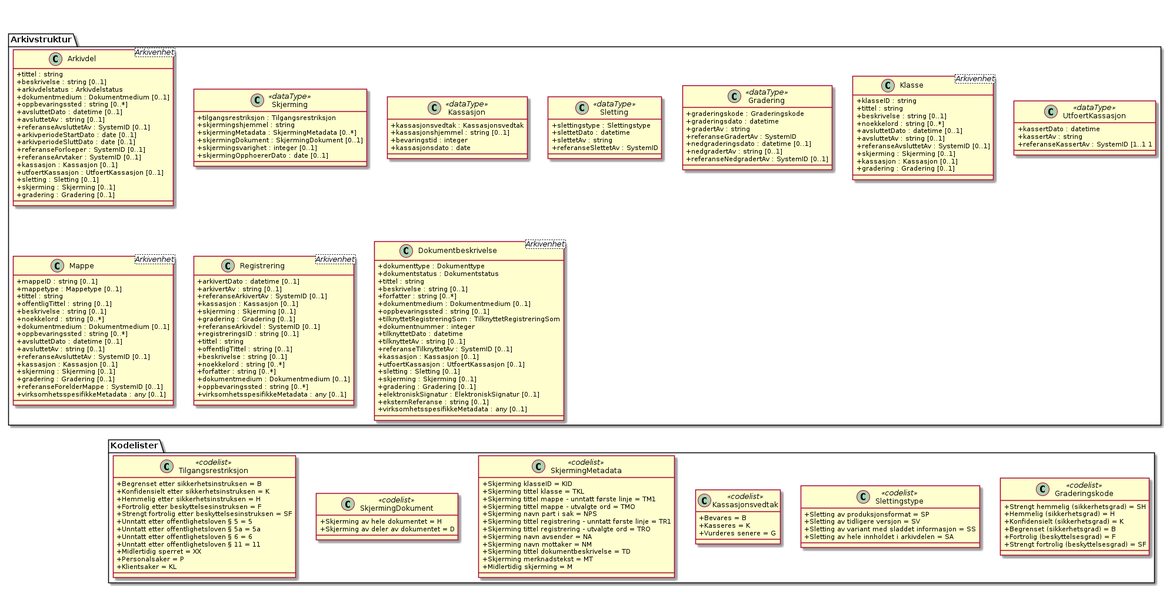
This is kapitler/media/uml-arkivenheter-som-har-noe-med-bevaring-og-kassasjon-aa-gjoere.png from arkivverket/noark5-tjenestegrensesnitt-standard, a PlantUML export, as it was before one commit.
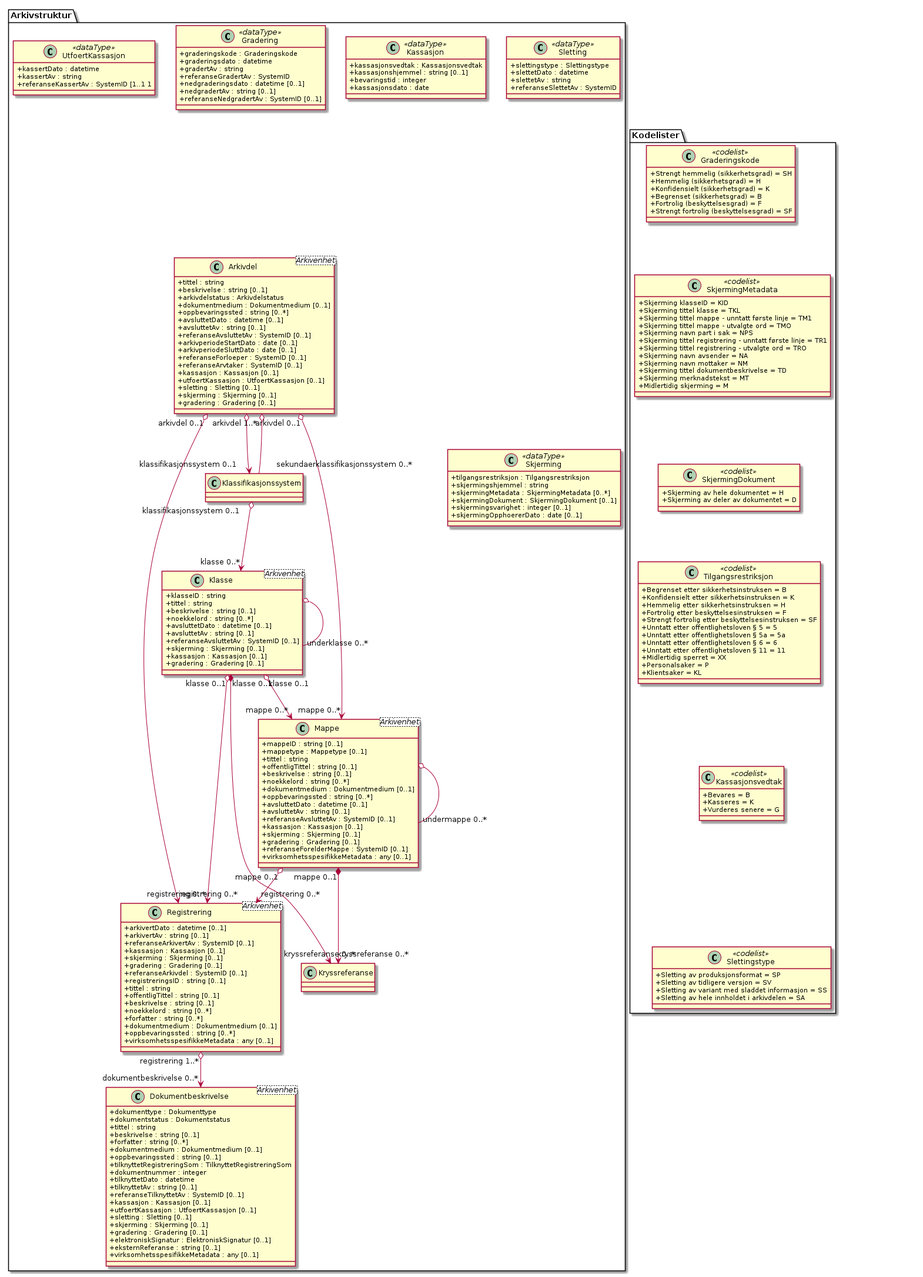
After the commit.

The edit, as a diff of the source:
```diff
@@ -20,37 +20,27 @@
   +skjerming : Skjerming [0..1]
   +gradering : Gradering [0..1]
 }
-class Arkivstruktur.Skjerming <<dataType>> {
-  +tilgangsrestriksjon : Tilgangsrestriksjon
-  +skjermingshjemmel : string
-  +skjermingMetadata : SkjermingMetadata [0..*]
-  +skjermingDokument : SkjermingDokument [0..1]
-  +skjermingsvarighet : integer [0..1]
-  +skjermingOpphoererDato : date [0..1]
-}
-class Kodelister.Tilgangsrestriksjon <<codelist>> {
-  +Begrenset etter sikkerhetsinstruksen = B
-  +Konfidensielt etter sikkerhetsinstruksen = K
-  +Hemmelig etter sikkerhetsinstruksen = H
-  +Fortrolig etter beskyttelsesinstruksen = F
-  +Strengt fortrolig etter beskyttelsesinstruksen = SF
-  +Unntatt etter offentlighetsloven § 5 = 5
-  +Unntatt etter offentlighetsloven § 5a = 5a
-  +Unntatt etter offentlighetsloven § 6 = 6
-  +Unntatt etter offentlighetsloven § 11 = 11
-  +Midlertidig sperret = XX
-  +Personalsaker = P
-  +Klientsaker = KL
-}
-class Arkivstruktur.Kassasjon <<dataType>> {
-  +kassasjonsvedtak : Kassasjonsvedtak
-  +kassasjonshjemmel : string [0..1]
-  +bevaringstid : integer
-  +kassasjonsdato : date
-}
-class Kodelister.SkjermingDokument <<codelist>> {
-  +Skjerming av hele dokumentet = H
-  +Skjerming av deler av dokumentet = D
+class Arkivstruktur.Dokumentbeskrivelse <Arkivenhet> {
+  +dokumenttype : Dokumenttype
+  +dokumentstatus : Dokumentstatus
+  +tittel : string
+  +beskrivelse : string [0..1]
+  +forfatter : string [0..*]
+  +dokumentmedium : Dokumentmedium [0..1]
+  +oppbevaringssted : string [0..1]
+  +tilknyttetRegistreringSom : TilknyttetRegistreringSom
+  +dokumentnummer : integer
+  +tilknyttetDato : datetime
+  +tilknyttetAv : string [0..1]
+  +referanseTilknyttetAv : SystemID [0..1]
+  +kassasjon : Kassasjon [0..1]
+  +utfoertKassasjon : UtfoertKassasjon [0..1]
+  +sletting : Sletting [0..1]
+  +skjerming : Skjerming [0..1]
+  +gradering : Gradering [0..1]
+  +elektroniskSignatur : ElektroniskSignatur [0..1]
+  +eksternReferanse : string [0..1]
+  +virksomhetsspesifikkeMetadata : any [0..1]
 }
 class Arkivstruktur.Klasse <Arkivenhet> {
   +klasseID : string
@@ -63,28 +53,6 @@
   +skjerming : Skjerming [0..1]
   +kassasjon : Kassasjon [0..1]
   +gradering : Gradering [0..1]
-}
-class Arkivstruktur.UtfoertKassasjon <<dataType>> {
-  +kassertDato : datetime
-  +kassertAv : string
-  +referanseKassertAv : SystemID [1..1 1
-}
-class Kodelister.Kassasjonsvedtak <<codelist>> {
-  +Bevares = B
-  +Kasseres = K
-  +Vurderes senere = G
-}
-class Arkivstruktur.Sletting <<dataType>> {
-  +slettingstype : Slettingstype
-  +slettetDato : datetime
-  +slettetAv : string
-  +referanseSlettetAv : SystemID
-}
-class Kodelister.Slettingstype <<codelist>> {
-  +Sletting av produksjonsformat = SP
-  +Sletting av tidligere versjon = SV
-  +Sletting av variant med sladdet informasjon = SS
-  +Sletting av hele innholdet i arkivdelen = SA
 }
 class Arkivstruktur.Mappe <Arkivenhet> {
   +mappeID : string [0..1]
@@ -103,29 +71,6 @@
   +gradering : Gradering [0..1]
   +referanseForelderMappe : SystemID [0..1]
   +virksomhetsspesifikkeMetadata : any [0..1]
-}
-class Arkivstruktur.Gradering <<dataType>> {
-  +graderingskode : Graderingskode
-  +graderingsdato : datetime
-  +gradertAv : string
-  +referanseGradertAv : SystemID
-  +nedgraderingsdato : datetime [0..1]
-  +nedgradertAv : string [0..1]
-  +referanseNedgradertAv : SystemID [0..1]
-}
-class Kodelister.SkjermingMetadata <<codelist>> {
-  +Skjerming klasseID = KID
-  +Skjerming tittel klasse = TKL
-  +Skjerming tittel mappe - unntatt første linje = TM1
-  +Skjerming tittel mappe - utvalgte ord = TMO
-  +Skjerming navn part i sak = NPS
-  +Skjerming tittel registrering - unntatt første linje = TR1
-  +Skjerming tittel registrering - utvalgte ord = TRO
-  +Skjerming navn avsender = NA
-  +Skjerming navn mottaker = NM
-  +Skjerming tittel dokumentbeskrivelse = TD
-  +Skjerming merknadstekst = MT
-  +Midlertidig skjerming = M
 }
 class Arkivstruktur.Registrering <Arkivenhet> {
   +arkivertDato : datetime [0..1]
@@ -153,33 +98,119 @@
   {field} +Fortrolig (beskyttelsesgrad) = F
   {field} +Strengt fortrolig (beskyttelsesgrad) = SF
 }
-class Arkivstruktur.Dokumentbeskrivelse <Arkivenhet> {
-  +dokumenttype : Dokumenttype
-  +dokumentstatus : Dokumentstatus
-  +tittel : string
-  +beskrivelse : string [0..1]
-  +forfatter : string [0..*]
-  +dokumentmedium : Dokumentmedium [0..1]
-  +oppbevaringssted : string [0..1]
-  +tilknyttetRegistreringSom : TilknyttetRegistreringSom
-  +dokumentnummer : integer
-  +tilknyttetDato : datetime
-  +tilknyttetAv : string [0..1]
-  +referanseTilknyttetAv : SystemID [0..1]
-  +kassasjon : Kassasjon [0..1]
-  +utfoertKassasjon : UtfoertKassasjon [0..1]
-  +sletting : Sletting [0..1]
-  +skjerming : Skjerming [0..1]
-  +gradering : Gradering [0..1]
-  +elektroniskSignatur : ElektroniskSignatur [0..1]
-  +eksternReferanse : string [0..1]
-  +virksomhetsspesifikkeMetadata : any [0..1]
+class Kodelister.Kassasjonsvedtak <<codelist>> {
+  +Bevares = B
+  +Kasseres = K
+  +Vurderes senere = G
+}
+class Kodelister.SkjermingDokument <<codelist>> {
+  +Skjerming av hele dokumentet = H
+  +Skjerming av deler av dokumentet = D
+}
+class Kodelister.SkjermingMetadata <<codelist>> {
+  +Skjerming klasseID = KID
+  +Skjerming tittel klasse = TKL
+  +Skjerming tittel mappe - unntatt første linje = TM1
+  +Skjerming tittel mappe - utvalgte ord = TMO
+  +Skjerming navn part i sak = NPS
+  +Skjerming tittel registrering - unntatt første linje = TR1
+  +Skjerming tittel registrering - utvalgte ord = TRO
+  +Skjerming navn avsender = NA
+  +Skjerming navn mottaker = NM
+  +Skjerming tittel dokumentbeskrivelse = TD
+  +Skjerming merknadstekst = MT
+  +Midlertidig skjerming = M
+}
+class Kodelister.Slettingstype <<codelist>> {
+  +Sletting av produksjonsformat = SP
+  +Sletting av tidligere versjon = SV
+  +Sletting av variant med sladdet informasjon = SS
+  +Sletting av hele innholdet i arkivdelen = SA
+}
+class Kodelister.Tilgangsrestriksjon <<codelist>> {
+  +Begrenset etter sikkerhetsinstruksen = B
+  +Konfidensielt etter sikkerhetsinstruksen = K
+  +Hemmelig etter sikkerhetsinstruksen = H
+  +Fortrolig etter beskyttelsesinstruksen = F
+  +Strengt fortrolig etter beskyttelsesinstruksen = SF
+  +Unntatt etter offentlighetsloven § 5 = 5
+  +Unntatt etter offentlighetsloven § 5a = 5a
+  +Unntatt etter offentlighetsloven § 6 = 6
+  +Unntatt etter offentlighetsloven § 11 = 11
+  +Midlertidig sperret = XX
+  +Personalsaker = P
+  +Klientsaker = KL
+}
+class Arkivstruktur.Gradering <<dataType>> {
+  +graderingskode : Graderingskode
+  +graderingsdato : datetime
+  +gradertAv : string
+  +referanseGradertAv : SystemID
+  +nedgraderingsdato : datetime [0..1]
+  +nedgradertAv : string [0..1]
+  +referanseNedgradertAv : SystemID [0..1]
+}
+class Arkivstruktur.Kassasjon <<dataType>> {
+  +kassasjonsvedtak : Kassasjonsvedtak
+  +kassasjonshjemmel : string [0..1]
+  +bevaringstid : integer
+  +kassasjonsdato : date
+}
+class Arkivstruktur.Skjerming <<dataType>> {
+  +tilgangsrestriksjon : Tilgangsrestriksjon
+  +skjermingshjemmel : string
+  +skjermingMetadata : SkjermingMetadata [0..*]
+  +skjermingDokument : SkjermingDokument [0..1]
+  +skjermingsvarighet : integer [0..1]
+  +skjermingOpphoererDato : date [0..1]
+}
+class Arkivstruktur.Sletting <<dataType>> {
+  +slettingstype : Slettingstype
+  +slettetDato : datetime
+  +slettetAv : string
+  +referanseSlettetAv : SystemID
+}
+class Arkivstruktur.UtfoertKassasjon <<dataType>> {
+  +kassertDato : datetime
+  +kassertAv : string
+  +referanseKassertAv : SystemID [1..1 1
 }
 
-Arkivstruktur.Gradering <-[hidden]-- Kodelister.Graderingskode
-Arkivstruktur.Sletting <-[hidden]-- Kodelister.Slettingstype
-Arkivstruktur.Skjerming <-[hidden]-- Kodelister.SkjermingDokument
-Arkivstruktur.Skjerming <-[hidden]-- Kodelister.SkjermingMetadata
-Arkivstruktur.Skjerming <-[hidden]-- Kodelister.Tilgangsrestriksjon
-Arkivstruktur.Kassasjon <-[hidden]-- Kodelister.Kassasjonsvedtak
+Arkivstruktur.Arkivdel "arkivdel 0..1" o--> "mappe 0..*" Arkivstruktur.Mappe
+Arkivstruktur.Arkivdel "arkivdel 0..1" o--> "registrering 0..*" Arkivstruktur.Registrering
+Arkivstruktur.Arkivdel "arkivdel 1..*" o--> "klassifikasjonssystem 0..1" Arkivstruktur.Klassifikasjonssystem
+Arkivstruktur.Arkivdel o-- "sekundaerklassifikasjonssystem 0..*" Arkivstruktur.Klassifikasjonssystem
+
+Arkivstruktur.Registrering "registrering 1..*" o--> "dokumentbeskrivelse 0..*" Arkivstruktur.Dokumentbeskrivelse
+
+Arkivstruktur.Klasse "klasse 0..1" *--> "kryssreferanse 0..*" Arkivstruktur.Kryssreferanse
+Arkivstruktur.Klasse "klasse 0..1" o--> "mappe 0..*" Arkivstruktur.Mappe
+Arkivstruktur.Klasse "klasse 0..1" o-> "registrering 0..*" Arkivstruktur.Registrering
+Arkivstruktur.Klasse o-- "underklasse 0..*" Arkivstruktur.Klasse
+Arkivstruktur.Klassifikasjonssystem "klassifikasjonssystem 0..1" o--> "klasse 0..*" Arkivstruktur.Klasse
+
+Arkivstruktur.Mappe "mappe 0..1" *--> "kryssreferanse 0..*" Arkivstruktur.Kryssreferanse
+Arkivstruktur.Mappe "mappe 0..1" o--> "registrering 0..*" Arkivstruktur.Registrering
+
+Arkivstruktur.Mappe o-- "undermappe 0..*" Arkivstruktur.Mappe
+
+Arkivstruktur.Gradering <-[hidden]-- Arkivstruktur.Arkivdel
+Arkivstruktur.Gradering <-[hidden]-- Arkivstruktur.Mappe
+Arkivstruktur.Kassasjon <-[hidden]-- Arkivstruktur.Arkivdel
+Arkivstruktur.Kassasjon <-[hidden]-- Arkivstruktur.Mappe
+Arkivstruktur.Skjerming <-[hidden]-- Arkivstruktur.Mappe
+Arkivstruktur.Sletting <-[hidden]-- Arkivstruktur.Arkivdel
+
+Kodelister.Graderingskode <-[hidden] Arkivstruktur.Gradering
+Arkivstruktur.Sletting <-[hidden] Kodelister.Slettingstype
+Arkivstruktur.Skjerming <-[hidden] Kodelister.SkjermingDokument
+Arkivstruktur.Skjerming <-[hidden] Kodelister.SkjermingMetadata
+Arkivstruktur.Skjerming <-[hidden] Kodelister.Tilgangsrestriksjon
+Arkivstruktur.Kassasjon <-[hidden] Kodelister.Kassasjonsvedtak
+
+Kodelister.Graderingskode <-[hidden]- Kodelister.SkjermingMetadata
+Kodelister.SkjermingMetadata <-[hidden]- Kodelister.SkjermingDokument
+Kodelister.SkjermingDokument <-[hidden]- Kodelister.Tilgangsrestriksjon
+Kodelister.Tilgangsrestriksjon <-[hidden]- Kodelister.Kassasjonsvedtak
+Kodelister.Kassasjonsvedtak <-[hidden]- Kodelister.Slettingstype
 @enduml
```
